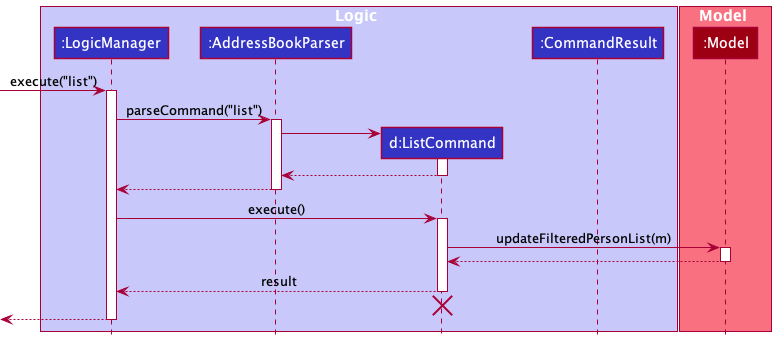
Before: docs/images/ListSequenceDiagram.png, a diagram exported from PlantUML (nus-cs2103-AY2122S2/tp).
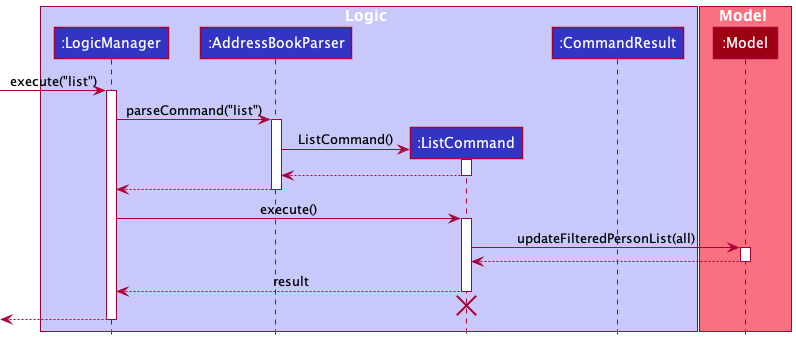
After the commit.

Commit message:
Add diagrams for List Command: Activity, Sequence and Class

Change to the diagram source:
```diff
@@ -4,7 +4,7 @@
 box Logic LOGIC_COLOR_T1
 participant ":LogicManager" as LogicManager LOGIC_COLOR
 participant ":AddressBookParser" as AddressBookParser LOGIC_COLOR
-participant "d:ListCommand" as ListCommand LOGIC_COLOR
+participant ":ListCommand" as ListCommand LOGIC_COLOR
 participant ":CommandResult" as CommandResult LOGIC_COLOR
 end box
 
@@ -19,7 +19,7 @@
 activate AddressBookParser
 
 create ListCommand
-AddressBookParser -> ListCommand
+AddressBookParser -> ListCommand : ListCommand()
 activate ListCommand
 
 ListCommand --> AddressBookParser
@@ -31,7 +31,7 @@
 LogicManager -> ListCommand : execute()
 activate ListCommand
 
-ListCommand -> Model : updateFilteredPersonList(m)
+ListCommand -> Model : updateFilteredPersonList(all)
 activate Model
 
 Model --> ListCommand
```
